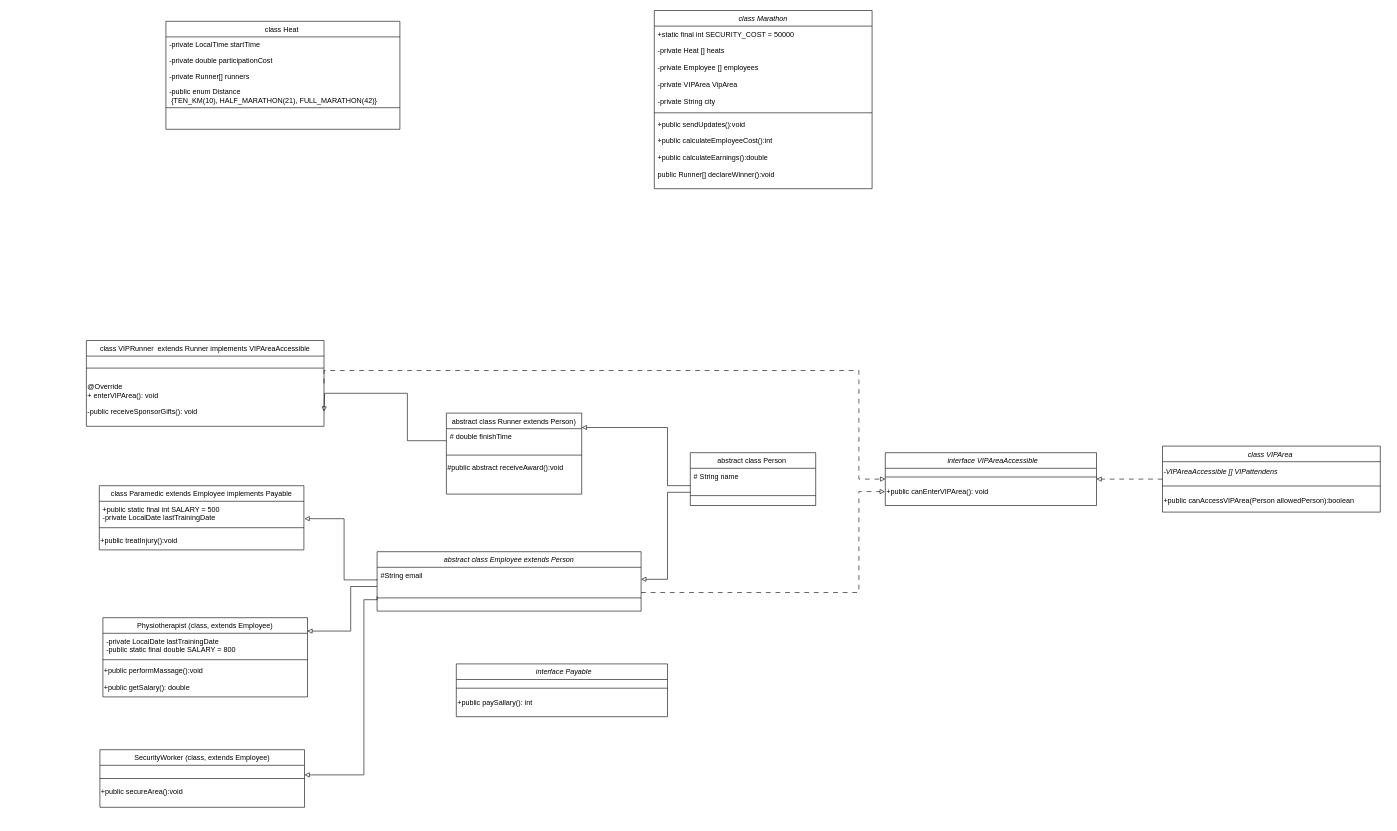
This is Untitled Diagram.drawio from ZoharVardi/ZoharVardi-Object-Oriented-Project---MarketPlace, a draw.io file, before an edit. Source tidied: cells renumbered, new cells numbered last; positions are measured from the earlier drawing's top-left corner, leaving out a move shared by most shapes. Both pictures are drawn from the tidied source at 60%, with x=0, y=0 at pixel (86, 10).
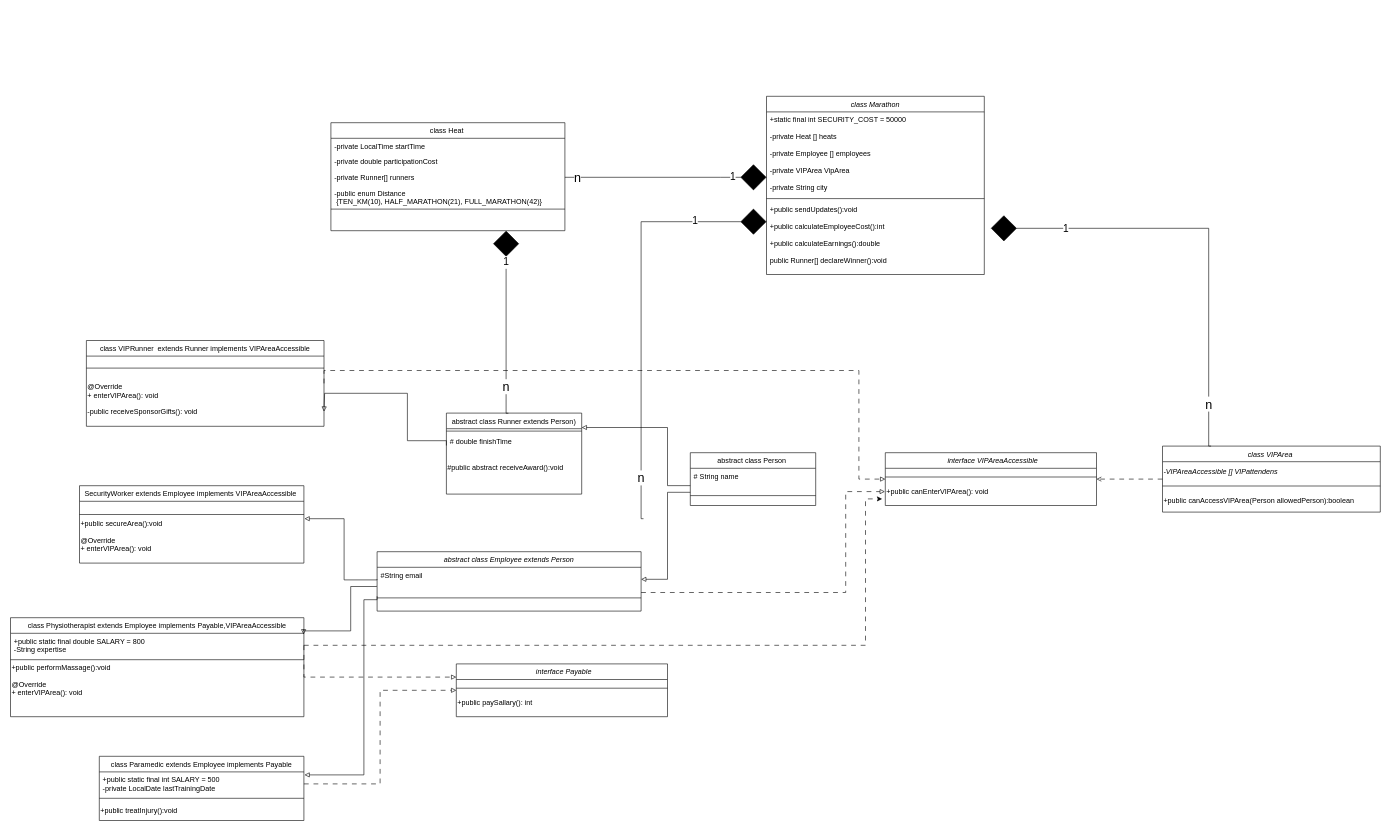
The same diagram, later.

The change refers to these unchanged cells:
```xml
<mxCell id="3" value="+static final int SECURITY_COST = 50000&#10;&#10;-private Heat [] heats&#10;&#10;-private Employee [] employees&#10;&#10;-private VIPArea VipArea&#10;&#10;-private String city&#10; " style="text;align=left;verticalAlign=top;spacingLeft=4;spacingRight=4;overflow=hidden;points=[[0,0.5],[1,0.5]];portConstraint=eastwest;" parent="2" vertex="1">
  <mxGeometry y="26" width="363" height="139" as="geometry" />
</mxCell>
<mxCell id="5" value="+public sendUpdates():void&#10;&#10;+public calculateEmployeeCost():int&#10;&#10;+public calculateEarnings():double&#10;&#10;public Runner[] declareWinner():void&#10;" style="text;align=left;verticalAlign=top;spacingLeft=4;spacingRight=4;overflow=hidden;points=[[0,0.5],[1,0.5]];portConstraint=eastwest;rounded=0;shadow=0;html=0;" parent="2" vertex="1">
  <mxGeometry y="176" width="363" height="121" as="geometry" />
</mxCell>
<mxCell id="6" value="abstract class Runner extends Person)" style="swimlane;fontStyle=0;align=center;verticalAlign=top;horizontal=1;startSize=26;rounded=0;shadow=0;strokeWidth=1;" parent="1" vertex="1">
  <mxGeometry x="600.5" y="671" width="225.5" height="135" as="geometry" />
</mxCell>
<mxCell id="13" value="-private Runner[] runners&#10;" style="text;align=left;verticalAlign=top;spacingLeft=4;spacingRight=4;overflow=hidden;points=[[0,0.5],[1,0.5]];portConstraint=eastwest;rounded=0;shadow=0;html=0;" parent="10" vertex="1">
  <mxGeometry y="78" width="390" height="26" as="geometry" />
</mxCell>
<mxCell id="24" value="+public static final int SALARY = 500&#10;-private LocalDate lastTrainingDate&#10;" style="text;align=left;verticalAlign=top;spacingLeft=4;spacingRight=4;overflow=hidden;points=[[0,0.5],[1,0.5]];portConstraint=eastwest;" parent="23" vertex="1">
  <mxGeometry y="26" width="341" height="40" as="geometry" />
</mxCell>
<mxCell id="36" value="class VIPArea " style="swimlane;fontStyle=2;align=center;verticalAlign=top;horizontal=1;startSize=26;rounded=0;shadow=0;strokeWidth=1;" parent="1" vertex="1">
  <mxGeometry x="1794" y="726" width="363" height="110" as="geometry" />
</mxCell>
<mxCell id="41" value="  interface VIPAreaAccessible" style="swimlane;fontStyle=2;align=center;verticalAlign=top;horizontal=1;startSize=26;rounded=0;shadow=0;strokeWidth=1;" parent="1" vertex="1">
  <mxGeometry x="1332" y="737" width="352" height="88" as="geometry" />
</mxCell>
<mxCell id="43" value="+public canEnterVIPArea(): void&#10;" style="text;align=left;verticalAlign=middle;points=[];strokeColor=none;fillColor=none;" parent="41" vertex="1">
  <mxGeometry y="55" width="352" height="33" as="geometry" />
</mxCell>
<mxCell id="54" value="  interface Payable" style="swimlane;fontStyle=2;align=center;verticalAlign=top;horizontal=1;startSize=26;rounded=0;shadow=0;strokeWidth=1;" parent="1" vertex="1">
  <mxGeometry x="617" y="1089" width="352" height="88" as="geometry" />
</mxCell>
```

The edit, as a diff of the source:
```diff
@@
     <mxCell id="2" value="class Marathon" style="swimlane;fontStyle=2;align=center;verticalAlign=top;horizontal=1;startSize=26;rounded=0;shadow=0;strokeWidth=1;" parent="1" vertex="1">
-      <mxGeometry x="947" width="363" height="297" as="geometry" />
+      <mxGeometry x="1134" y="143" width="363" height="297" as="geometry" />
     </mxCell>
@@
+    <mxCell id="8" style="line;html=1;strokeWidth=1;align=left;verticalAlign=middle;spacingTop=-1;spacingLeft=3;spacingRight=3;labelPosition=right;" parent="6" vertex="1">
+      <mxGeometry y="26" width="225.5" height="8" as="geometry" />
+    </mxCell>
     <mxCell id="7" value="# double finishTime" style="text;align=left;verticalAlign=top;spacingLeft=4;spacingRight=4;overflow=hidden;points=[[0,0.5],[1,0.5]];portConstraint=eastwest;" parent="6" vertex="1">
-      <mxGeometry y="26" width="225.5" height="40" as="geometry" />
+      <mxGeometry y="34" width="225.5" height="40" as="geometry" />
     </mxCell>
-    <mxCell id="8" style="line;html=1;strokeWidth=1;align=left;verticalAlign=middle;spacingTop=-1;spacingLeft=3;spacingRight=3;labelPosition=right;" parent="6" vertex="1">
-      <mxGeometry y="66" width="225.5" height="8" as="geometry" />
-    </mxCell>
@@
     <mxCell id="10" value="class Heat " style="swimlane;fontStyle=0;align=center;verticalAlign=top;horizontal=1;startSize=26;rounded=0;shadow=0;strokeWidth=1;" parent="1" vertex="1">
-      <mxGeometry x="133" y="18" width="390" height="180" as="geometry" />
+      <mxGeometry x="408" y="187" width="390" height="180" as="geometry" />
     </mxCell>
@@
     <mxCell id="23" value=" class Paramedic extends Employee implements Payable " style="swimlane;fontStyle=0;align=center;verticalAlign=top;horizontal=1;startSize=26;rounded=0;shadow=0;strokeWidth=1;" parent="1" vertex="1">
-      <mxGeometry x="22" y="792" width="341" height="107" as="geometry" />
+      <mxGeometry x="22" y="1243" width="341" height="107" as="geometry" />
     </mxCell>
@@
-    <mxCell id="27" value="Physiotherapist (class, extends Employee)" style="swimlane;fontStyle=0;align=center;verticalAlign=top;horizontal=1;startSize=26;rounded=0;shadow=0;strokeWidth=1;" parent="1" vertex="1">
-      <mxGeometry x="28" y="1012" width="341" height="132" as="geometry" />
+    <mxCell id="27" value="class Physiotherapist extends Employee implements Payable,VIPAreaAccessible" style="swimlane;fontStyle=0;align=center;verticalAlign=top;horizontal=1;startSize=26;rounded=0;shadow=0;strokeWidth=1;" parent="1" vertex="1">
+      <mxGeometry x="-126" y="1012" width="489" height="165" as="geometry" />
     </mxCell>
+    <mxCell id="57" style="edgeStyle=orthogonalEdgeStyle;rounded=0;jettySize=auto;html=1;exitX=1;exitY=0.5;exitDx=0;exitDy=0;dashed=1;dashPattern=8 8;" parent="27" edge="1" source="28">
+      <mxGeometry relative="1" as="geometry">
+        <mxPoint x="1452.7" y="-198" as="targetPoint" />
+        <Array as="points">
+          <mxPoint x="1425" y="46" />
+          <mxPoint x="1425" y="-198" />
+        </Array>
+      </mxGeometry>
+    </mxCell>
-    <mxCell id="28" value="-private LocalDate lastTrainingDate&#10;-public static final double SALARY = 800&#10;" style="text;align=left;verticalAlign=top;spacingLeft=4;spacingRight=4;overflow=hidden;points=[[0,0.5],[1,0.5]];portConstraint=eastwest;" parent="27" vertex="1">
-      <mxGeometry y="26" width="341" height="40" as="geometry" />
+    <mxCell id="28" value="+public static final double SALARY = 800&#10;-String expertise" style="text;align=left;verticalAlign=top;spacingLeft=4;spacingRight=4;overflow=hidden;points=[[0,0.5],[1,0.5]];portConstraint=eastwest;" parent="27" vertex="1">
+      <mxGeometry y="26" width="489" height="40" as="geometry" />
     </mxCell>
     <mxCell id="29" style="line;html=1;strokeWidth=1;align=left;verticalAlign=middle;spacingTop=-1;spacingLeft=3;spacingRight=3;labelPosition=right;" parent="27" vertex="1">
-      <mxGeometry y="66" width="341" height="8" as="geometry" />
+      <mxGeometry y="66" width="489" height="8" as="geometry" />
     </mxCell>
-    <mxCell id="30" value="+public performMassage():void&#10;&#10;+public getSalary(): double " style="text;align=left;verticalAlign=middle;strokeColor=none;fillColor=none;" parent="27" vertex="1">
-      <mxGeometry y="74" width="341" height="55" as="geometry" />
+    <mxCell id="30" value="+public performMassage():void&#10;&#10;@Override&#10;+ enterVIPArea(): void&#10;&#10;" style="text;align=left;verticalAlign=middle;strokeColor=none;fillColor=none;" parent="27" vertex="1">
+      <mxGeometry y="74" width="489" height="88" as="geometry" />
     </mxCell>
-    <mxCell id="31" value="SecurityWorker (class, extends Employee)" style="swimlane;fontStyle=0;align=center;verticalAlign=top;horizontal=1;startSize=26;rounded=0;shadow=0;strokeWidth=1;" parent="1" vertex="1">
-      <mxGeometry x="23" y="1232" width="341" height="96" as="geometry" />
+    <mxCell id="31" value="SecurityWorker extends Employee implements VIPAreaAccessible " style="swimlane;fontStyle=0;align=center;verticalAlign=top;horizontal=1;startSize=26;rounded=0;shadow=0;strokeWidth=1;" parent="1" vertex="1">
+      <mxGeometry x="-11" y="792" width="374" height="129" as="geometry" />
     </mxCell>
     <mxCell id="32" value="&#10;" style="text;align=left;verticalAlign=top;spacingLeft=4;spacingRight=4;overflow=hidden;" parent="31" vertex="1">
-      <mxGeometry y="26" width="341" height="18" as="geometry" />
+      <mxGeometry y="26" width="374" height="18" as="geometry" />
     </mxCell>
     <mxCell id="33" style="line;html=1;strokeWidth=1;align=left;verticalAlign=middle;spacingTop=-1;spacingLeft=3;spacingRight=3;labelPosition=right;" parent="31" vertex="1">
-      <mxGeometry y="44" width="341" height="8" as="geometry" />
+      <mxGeometry y="44" width="374" height="8" as="geometry" />
     </mxCell>
-    <mxCell id="34" value="+public secureArea():void" style="text;align=left;verticalAlign=middle;strokeColor=none;fillColor=none;" parent="31" vertex="1">
-      <mxGeometry y="52" width="341" height="33" as="geometry" />
+    <mxCell id="34" value="+public secureArea():void&#10;&#10;@Override&#10;+ enterVIPArea(): void&#10;" style="text;align=left;verticalAlign=middle;strokeColor=none;fillColor=none;" parent="31" vertex="1">
+      <mxGeometry y="52" width="374" height="77" as="geometry" />
     </mxCell>
-    <mxCell id="35" style="edgeStyle=orthogonalEdgeStyle;rounded=0;jettySize=auto;html=1;exitX=0;exitY=0.5;exitDx=0;exitDy=0;entryX=1;entryY=0.5;entryDx=0;entryDy=0;dashed=1;dashPattern=8 8;endArrow=block;endFill=0;" parent="1" edge="1" source="36" target="41">
+    <mxCell id="35" style="edgeStyle=orthogonalEdgeStyle;rounded=0;jettySize=auto;html=1;exitX=0;exitY=0.5;exitDx=0;exitDy=0;entryX=1;entryY=0.5;entryDx=0;entryDy=0;dashed=1;dashPattern=8 8;endArrow=open;endFill=0;" parent="1" edge="1" source="36" target="41">
       <mxGeometry relative="1" as="geometry" />
     </mxCell>
@@
     <mxCell id="52" style="edgeStyle=orthogonalEdgeStyle;rounded=0;jettySize=auto;html=1;endArrow=block;endFill=0;entryX=-0.002;entryY=0.298;entryDx=0;entryDy=0;exitX=-0.002;exitY=0.298;exitDx=0;exitDy=0;exitPerimeter=0;dashed=1;dashPattern=8 8;entryPerimeter=0;" parent="1" edge="1" target="43">
       <mxGeometry relative="1" as="geometry">
         <mxPoint x="925" y="970" as="sourcePoint" />
         <Array as="points">
-          <mxPoint x="1288" y="970" />
-          <mxPoint x="1288" y="802" />
+          <mxPoint x="1266" y="970" />
+          <mxPoint x="1266" y="802" />
         </Array>
       </mxGeometry>
     </mxCell>
@@
+    <mxCell id="58" style="edgeStyle=orthogonalEdgeStyle;rounded=0;jettySize=auto;html=1;exitX=1;exitY=0.5;exitDx=0;exitDy=0;entryX=0;entryY=0.5;entryDx=0;entryDy=0;dashed=1;dashPattern=8 8;endArrow=block;endFill=0;" parent="1" edge="1" source="24" target="54">
+      <mxGeometry relative="1" as="geometry" />
+    </mxCell>
+    <mxCell id="59" style="edgeStyle=orthogonalEdgeStyle;rounded=0;jettySize=auto;html=1;exitX=1;exitY=0.5;exitDx=0;exitDy=0;entryX=0;entryY=0.25;entryDx=0;entryDy=0;dashed=1;dashPattern=8 8;endArrow=block;endFill=0;" parent="1" edge="1" source="28" target="54">
+      <mxGeometry relative="1" as="geometry">
+        <Array as="points">
+          <mxPoint x="363" y="1111" />
+        </Array>
+      </mxGeometry>
+    </mxCell>
+    <mxCell id="60" style="edgeStyle=orthogonalEdgeStyle;rounded=0;jettySize=auto;html=1;endArrow=diamond;endFill=1;endSize=41;exitX=1;exitY=0.5;exitDx=0;exitDy=0;" parent="1" edge="1" source="13" target="3">
+      <mxGeometry relative="1" as="geometry">
+        <Array as="points">
+          <mxPoint x="1057" y="278" />
+          <mxPoint x="1057" y="278" />
+        </Array>
+      </mxGeometry>
+    </mxCell>
+    <mxCell id="61" value="n" style="edgeLabel;html=1;align=center;verticalAlign=middle;fontSize=21;" parent="60" vertex="1">
+      <mxGeometry x="-0.88" y="1" relative="1" as="geometry" />
+    </mxCell>
+    <mxCell id="62" value="1" style="edgeLabel;html=1;align=center;verticalAlign=middle;fontSize=17;" parent="60" vertex="1">
+      <mxGeometry x="0.66" y="1" relative="1" as="geometry" />
+    </mxCell>
+    <mxCell id="63" style="edgeStyle=orthogonalEdgeStyle;rounded=0;jettySize=auto;html=1;endArrow=diamond;endFill=1;endSize=41;entryX=0.75;entryY=1;entryDx=0;entryDy=0;exitX=0.458;exitY=0.002;exitDx=0;exitDy=0;exitPerimeter=0;labelBackgroundColor=#FFFFFF;fontColor=#FFFFFF;" parent="1" edge="1" source="6">
+      <mxGeometry relative="1" as="geometry">
+        <mxPoint x="700" y="367" as="targetPoint" />
+        <Array as="points">
+          <mxPoint x="700" y="671" />
+        </Array>
+      </mxGeometry>
+    </mxCell>
+    <mxCell id="64" value="n" style="edgeLabel;html=1;align=center;verticalAlign=middle;fontSize=21;" parent="63" vertex="1">
+      <mxGeometry x="-0.88" y="1" relative="1" as="geometry">
+        <mxPoint y="-31" as="offset" />
+      </mxGeometry>
+    </mxCell>
+    <mxCell id="65" value="1" style="edgeLabel;html=1;align=center;verticalAlign=middle;fontSize=17;" parent="63" vertex="1">
+      <mxGeometry x="0.66" y="1" relative="1" as="geometry" />
+    </mxCell>
+    <mxCell id="66" style="edgeStyle=orthogonalEdgeStyle;rounded=0;orthogonalLoop=1;jettySize=auto;html=1;endArrow=diamond;endFill=1;endSize=41;exitX=0.458;exitY=0.002;exitDx=0;exitDy=0;exitPerimeter=0;" parent="1" edge="1">
+      <mxGeometry relative="1" as="geometry">
+        <mxPoint x="929" y="847" as="sourcePoint" />
+        <mxPoint x="1134" y="352" as="targetPoint" />
+        <Array as="points">
+          <mxPoint x="925" y="847" />
+        </Array>
+      </mxGeometry>
+    </mxCell>
+    <mxCell id="67" value="n" style="edgeLabel;html=1;align=center;verticalAlign=middle;fontSize=21;" parent="66" vertex="1">
+      <mxGeometry x="-0.88" y="1" relative="1" as="geometry">
+        <mxPoint y="-31" as="offset" />
+      </mxGeometry>
+    </mxCell>
+    <mxCell id="68" value="1" style="edgeLabel;html=1;align=center;verticalAlign=middle;fontSize=17;" parent="66" vertex="1">
+      <mxGeometry x="0.66" y="1" relative="1" as="geometry" />
+    </mxCell>
+    <mxCell id="69" style="edgeStyle=orthogonalEdgeStyle;rounded=0;jettySize=auto;html=1;endArrow=diamond;endFill=1;endSize=41;entryX=1.03;entryY=0.364;entryDx=0;entryDy=0;exitX=0.458;exitY=0.002;exitDx=0;exitDy=0;exitPerimeter=0;labelBackgroundColor=#FFFFFF;fontColor=#FFFFFF;entryPerimeter=0;" parent="1" edge="1" target="5">
+      <mxGeometry relative="1" as="geometry">
+        <mxPoint x="1875" y="726" as="sourcePoint" />
+        <Array as="points">
+          <mxPoint x="1871" y="726" />
+          <mxPoint x="1871" y="363" />
+        </Array>
+      </mxGeometry>
+    </mxCell>
+    <mxCell id="70" value="n" style="edgeLabel;html=1;align=center;verticalAlign=middle;fontSize=21;" parent="69" vertex="1">
+      <mxGeometry x="-0.88" y="1" relative="1" as="geometry">
+        <mxPoint y="-31" as="offset" />
+      </mxGeometry>
+    </mxCell>
+    <mxCell id="71" value="1" style="edgeLabel;html=1;align=center;verticalAlign=middle;fontSize=17;" parent="69" vertex="1">
+      <mxGeometry x="0.66" y="1" relative="1" as="geometry" />
+    </mxCell>
```
